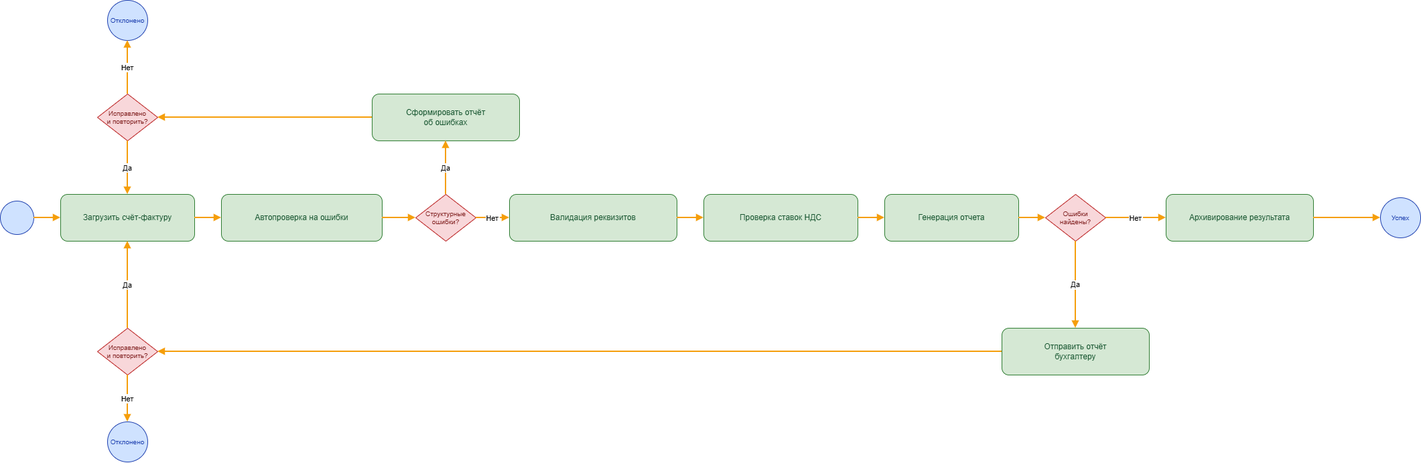
ShachiAO/system-engineering-playbook keeps this draw.io diagram as diagrams/BPMN/BPMN A1.png. Above is the earlier version. Source tidied: cells renumbered, new cells last; positions are measured from the earlier drawing's top-left corner, leaving out a move shared by most shapes.
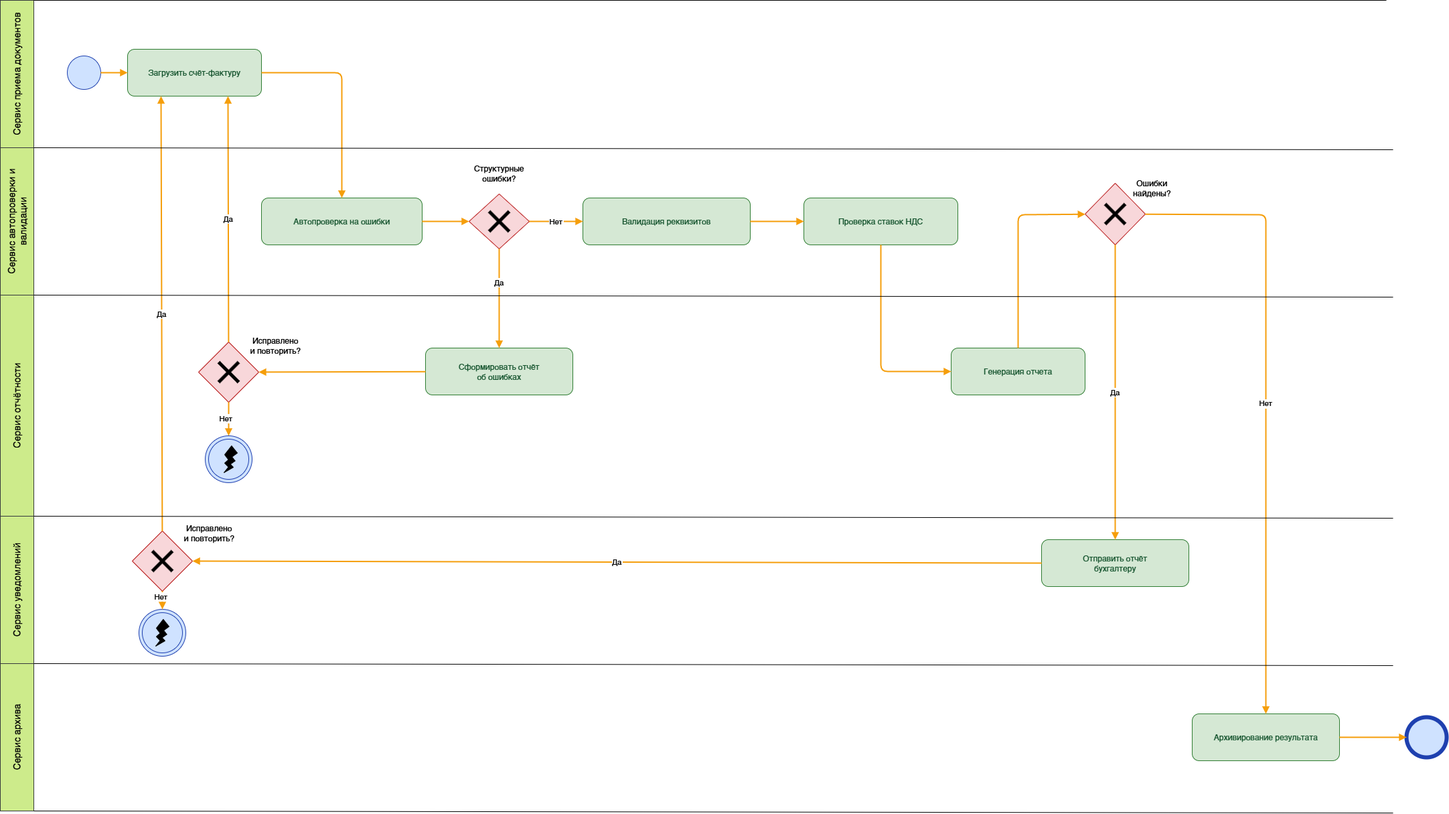
The same file after the commit.

Change to the diagram source:
```diff
@@ -2,73 +2,77 @@
   <root>
     <mxCell id="0" />
     <mxCell id="1" parent="0" />
+    <mxCell id="35" style="ellipse;whiteSpace=wrap;html=1;fillColor=#cfe2ff;strokeColor=#1e40af;fontColor=#1e40af;fontSize=10;" parent="1" vertex="1">
+      <mxGeometry x="917" y="369" width="70" height="70" as="geometry" />
+    </mxCell>
     <mxCell id="2" style="ellipse;whiteSpace=wrap;html=1;fillColor=#cfe2ff;strokeColor=#1e40af;fontColor=#1e40af;" parent="1" vertex="1">
-      <mxGeometry y="300" width="50" height="50" as="geometry" />
+      <mxGeometry x="810" y="-457" width="50" height="50" as="geometry" />
     </mxCell>
     <mxCell id="3" value="Загрузить счёт-фактуру" style="rounded=1;whiteSpace=wrap;html=1;fillColor=#d5e8d4;strokeColor=#2f7d32;fontColor=#14532d;" parent="1" vertex="1">
-      <mxGeometry x="90" y="290" width="200" height="70" as="geometry" />
+      <mxGeometry x="900" y="-467" width="200" height="70" as="geometry" />
     </mxCell>
     <mxCell id="4" value="Автопроверка на ошибки" style="rounded=1;whiteSpace=wrap;html=1;fillColor=#d5e8d4;strokeColor=#2f7d32;fontColor=#14532d;" parent="1" vertex="1">
-      <mxGeometry x="330" y="290" width="240" height="70" as="geometry" />
+      <mxGeometry x="1100" y="-245" width="240" height="70" as="geometry" />
     </mxCell>
-    <mxCell id="5" value="Структурные&#10;ошибки?" style="rhombus;whiteSpace=wrap;html=1;fillColor=#f8d7da;strokeColor=#b91c1c;fontColor=#7f1d1d;fontSize=10;" parent="1" vertex="1">
-      <mxGeometry x="620" y="290" width="90" height="70" as="geometry" />
+    <mxCell id="5" style="rhombus;whiteSpace=wrap;html=1;fillColor=#f8d7da;strokeColor=#b91c1c;fontColor=#7f1d1d;fontSize=10;" parent="1" vertex="1">
+      <mxGeometry x="1410" y="-251" width="90" height="82" as="geometry" />
     </mxCell>
     <mxCell id="6" value="Сформировать отчёт&lt;br&gt;об ошибках" style="rounded=1;whiteSpace=wrap;html=1;fillColor=#d5e8d4;strokeColor=#2f7d32;fontColor=#14532d;" parent="1" vertex="1">
-      <mxGeometry x="555" y="140" width="220" height="70" as="geometry" />
+      <mxGeometry x="1345" y="-21" width="220" height="70" as="geometry" />
     </mxCell>
-    <mxCell id="7" value="Исправлено&#10;и повторить?" style="rhombus;whiteSpace=wrap;html=1;fillColor=#f8d7da;strokeColor=#b91c1c;fontColor=#7f1d1d;fontSize=10;" parent="1" vertex="1">
-      <mxGeometry x="145" y="140" width="90" height="70" as="geometry" />
+    <mxCell id="7" style="rhombus;whiteSpace=wrap;html=1;fillColor=#f8d7da;strokeColor=#b91c1c;fontColor=#7f1d1d;fontSize=10;" parent="1" vertex="1">
+      <mxGeometry x="1006" y="-30" width="90" height="90" as="geometry" />
     </mxCell>
-    <mxCell id="8" value="Отклонено" style="ellipse;whiteSpace=wrap;html=1;fillColor=#cfe2ff;strokeColor=#1e40af;fontColor=#1e40af;fontSize=10;" parent="1" vertex="1">
-      <mxGeometry x="160" width="60" height="60" as="geometry" />
-    </mxCell>
     <mxCell id="9" value="Валидация реквизитов" style="rounded=1;whiteSpace=wrap;html=1;fillColor=#d5e8d4;strokeColor=#2f7d32;fontColor=#14532d;" parent="1" vertex="1">
-      <mxGeometry x="760" y="290" width="250" height="70" as="geometry" />
+      <mxGeometry x="1580" y="-245" width="250" height="70" as="geometry" />
     </mxCell>
     <mxCell id="10" value="Проверка ставок НДС" style="rounded=1;whiteSpace=wrap;html=1;fillColor=#d5e8d4;strokeColor=#2f7d32;fontColor=#14532d;" parent="1" vertex="1">
-      <mxGeometry x="1050" y="290" width="230" height="70" as="geometry" />
+      <mxGeometry x="1910" y="-245" width="230" height="70" as="geometry" />
     </mxCell>
     <mxCell id="11" value="Генерация отчета" style="rounded=1;whiteSpace=wrap;html=1;fillColor=#d5e8d4;strokeColor=#2f7d32;fontColor=#14532d;" parent="1" vertex="1">
-      <mxGeometry x="1320" y="290" width="200" height="70" as="geometry" />
+      <mxGeometry x="2130" y="-21" width="200" height="70" as="geometry" />
     </mxCell>
-    <mxCell id="12" value="Ошибки&#10;найдены?" style="rhombus;whiteSpace=wrap;html=1;fillColor=#f8d7da;strokeColor=#b91c1c;fontColor=#7f1d1d;fontSize=10;" parent="1" vertex="1">
-      <mxGeometry x="1560" y="290" width="90" height="70" as="geometry" />
+    <mxCell id="12" style="rhombus;whiteSpace=wrap;html=1;fillColor=#f8d7da;strokeColor=#b91c1c;fontColor=#7f1d1d;fontSize=10;" parent="1" vertex="1">
+      <mxGeometry x="2330" y="-267" width="90" height="92" as="geometry" />
     </mxCell>
     <mxCell id="13" value="Отправить отчёт&lt;br&gt;бухгалтеру" style="rounded=1;whiteSpace=wrap;html=1;fillColor=#d5e8d4;strokeColor=#2f7d32;fontColor=#14532d;" parent="1" vertex="1">
-      <mxGeometry x="1495" y="490" width="220" height="70" as="geometry" />
+      <mxGeometry x="2265" y="265" width="220" height="70" as="geometry" />
     </mxCell>
-    <mxCell id="14" value="Исправлено&#10;и повторить?" style="rhombus;whiteSpace=wrap;html=1;fillColor=#f8d7da;strokeColor=#b91c1c;fontColor=#7f1d1d;fontSize=10;" parent="1" vertex="1">
-      <mxGeometry x="145" y="490" width="90" height="70" as="geometry" />
+    <mxCell id="14" style="rhombus;whiteSpace=wrap;html=1;fillColor=#f8d7da;strokeColor=#b91c1c;fontColor=#7f1d1d;fontSize=10;" parent="1" vertex="1">
+      <mxGeometry x="907" y="252" width="90" height="90" as="geometry" />
     </mxCell>
-    <mxCell id="15" value="Отклонено" style="ellipse;whiteSpace=wrap;html=1;fillColor=#cfe2ff;strokeColor=#1e40af;fontColor=#1e40af;fontSize=10;" parent="1" vertex="1">
-      <mxGeometry x="160" y="630" width="60" height="60" as="geometry" />
+    <mxCell id="15" style="ellipse;whiteSpace=wrap;html=1;fillColor=#cfe2ff;strokeColor=#1e40af;fontColor=#1e40af;fontSize=10;" parent="1" vertex="1">
+      <mxGeometry x="922" y="374" width="60" height="60" as="geometry" />
     </mxCell>
     <mxCell id="16" value="Архивирование результата" style="rounded=1;whiteSpace=wrap;html=1;fillColor=#d5e8d4;strokeColor=#2f7d32;fontColor=#14532d;" parent="1" vertex="1">
-      <mxGeometry x="1740" y="290" width="220" height="70" as="geometry" />
+      <mxGeometry x="2490" y="525" width="220" height="70" as="geometry" />
     </mxCell>
-    <mxCell id="17" value="Успех" style="ellipse;whiteSpace=wrap;html=1;fillColor=#cfe2ff;strokeColor=#1e40af;fontColor=#1e40af;fontSize=10;" parent="1" vertex="1">
-      <mxGeometry x="2060" y="295" width="60" height="60" as="geometry" />
+    <mxCell id="17" style="ellipse;whiteSpace=wrap;html=1;fillColor=#cfe2ff;strokeColor=#1e40af;fontColor=#1e40af;fontSize=10;strokeWidth=6;" parent="1" vertex="1">
+      <mxGeometry x="2810" y="530" width="60" height="60" as="geometry" />
     </mxCell>
     <mxCell id="18" style="endArrow=block;strokeColor=#f59e0b;strokeWidth=2;" parent="1" edge="1" source="2" target="3">
       <mxGeometry relative="1" as="geometry" />
     </mxCell>
     <mxCell id="19" style="endArrow=block;strokeColor=#f59e0b;strokeWidth=2;" parent="1" edge="1" source="3" target="4">
-      <mxGeometry relative="1" as="geometry" />
+      <mxGeometry relative="1" as="geometry">
+        <Array as="points">
+          <mxPoint x="1220" y="-432" />
+        </Array>
+      </mxGeometry>
     </mxCell>
     <mxCell id="20" style="endArrow=block;strokeColor=#f59e0b;strokeWidth=2;" parent="1" edge="1" source="4" target="5">
       <mxGeometry relative="1" as="geometry" />
     </mxCell>
     <mxCell id="21" value="Да" style="endArrow=block;strokeColor=#f59e0b;strokeWidth=2;" parent="1" edge="1" source="5" target="6">
-      <mxGeometry relative="1" as="geometry" />
+      <mxGeometry x="-0.34" relative="1" as="geometry" />
     </mxCell>
     <mxCell id="22" style="endArrow=block;strokeColor=#f59e0b;strokeWidth=2;" parent="1" edge="1" source="6" target="7">
       <mxGeometry relative="1" as="geometry" />
     </mxCell>
-    <mxCell id="23" value="Нет" style="endArrow=block;strokeColor=#f59e0b;strokeWidth=2;" parent="1" edge="1" source="7" target="8">
-      <mxGeometry relative="1" as="geometry" />
+    <mxCell id="23" value="Нет" style="endArrow=block;strokeColor=#f59e0b;strokeWidth=2;entryX=0.5;entryY=0;entryDx=0;entryDy=0;" parent="1" edge="1" source="7" target="59">
+      <mxGeometry x="-0.01" y="-4" relative="1" as="geometry" />
     </mxCell>
-    <mxCell id="24" value="Да" style="endArrow=block;strokeColor=#f59e0b;strokeWidth=2;" parent="1" edge="1" source="7" target="3">
+    <mxCell id="24" value="Да" style="endArrow=block;strokeColor=#f59e0b;strokeWidth=2;entryX=0.75;entryY=1;entryDx=0;entryDy=0;" parent="1" edge="1" source="7" target="3">
       <mxGeometry relative="1" as="geometry" />
     </mxCell>
     <mxCell id="25" value="Нет" style="endArrow=block;strokeColor=#f59e0b;strokeWidth=2;" parent="1" edge="1" source="5" target="9">
@@ -78,28 +82,165 @@
       <mxGeometry relative="1" as="geometry" />
     </mxCell>
     <mxCell id="27" style="endArrow=block;strokeColor=#f59e0b;strokeWidth=2;" parent="1" edge="1" source="10" target="11">
-      <mxGeometry relative="1" as="geometry" />
+      <mxGeometry relative="1" as="geometry">
+        <Array as="points">
+          <mxPoint x="2025" y="14" />
+        </Array>
+      </mxGeometry>
     </mxCell>
     <mxCell id="28" style="endArrow=block;strokeColor=#f59e0b;strokeWidth=2;" parent="1" edge="1" source="11" target="12">
-      <mxGeometry relative="1" as="geometry" />
+      <mxGeometry relative="1" as="geometry">
+        <Array as="points">
+          <mxPoint x="2230" y="-220" />
+        </Array>
+      </mxGeometry>
     </mxCell>
     <mxCell id="29" value="Да" style="endArrow=block;strokeColor=#f59e0b;strokeWidth=2;" parent="1" edge="1" source="12" target="13">
       <mxGeometry relative="1" as="geometry" />
     </mxCell>
-    <mxCell id="30" style="endArrow=block;strokeColor=#f59e0b;strokeWidth=2;" parent="1" edge="1" source="13" target="14">
-      <mxGeometry relative="1" as="geometry" />
-    </mxCell>
-    <mxCell id="31" value="Нет" style="endArrow=block;strokeColor=#f59e0b;strokeWidth=2;" parent="1" edge="1" source="14" target="15">
-      <mxGeometry relative="1" as="geometry" />
+    <mxCell id="31" value="Нет" style="endArrow=block;strokeColor=#f59e0b;strokeWidth=2;entryX=0.5;entryY=0;entryDx=0;entryDy=0;" parent="1" edge="1" source="14" target="35">
+      <mxGeometry x="-0.41" y="-2" relative="1" as="geometry" />
     </mxCell>
-    <mxCell id="32" value="Да" style="endArrow=block;strokeColor=#f59e0b;strokeWidth=2;" parent="1" edge="1" source="14" target="3">
+    <mxCell id="32" value="Да" style="endArrow=block;strokeColor=#f59e0b;strokeWidth=2;entryX=0.25;entryY=1;entryDx=0;entryDy=0;" parent="1" edge="1" source="14" target="3">
       <mxGeometry relative="1" as="geometry" />
     </mxCell>
     <mxCell id="33" value="Нет" style="endArrow=block;strokeColor=#f59e0b;strokeWidth=2;" parent="1" edge="1" source="12" target="16">
-      <mxGeometry relative="1" as="geometry" />
+      <mxGeometry relative="1" as="geometry">
+        <Array as="points">
+          <mxPoint x="2600" y="-220" />
+        </Array>
+      </mxGeometry>
     </mxCell>
     <mxCell id="34" style="endArrow=block;strokeColor=#f59e0b;strokeWidth=2;" parent="1" edge="1" source="16" target="17">
       <mxGeometry relative="1" as="geometry" />
     </mxCell>
+    <mxCell id="36" value="&lt;font style=&quot;color: light-dark(rgb(0, 0, 0), rgb(0, 0, 0));&quot;&gt;Сервис приема документов&lt;/font&gt;" style="rounded=0;whiteSpace=wrap;html=1;fillColor=light-dark(#CDEB8B,#C8F7B1);strokeColor=#36393d;direction=west;horizontal=0;fontSize=14;" parent="1" vertex="1">
+      <mxGeometry x="710" y="-540" width="50" height="220" as="geometry" />
+    </mxCell>
+    <mxCell id="37" value="&lt;font style=&quot;color: light-dark(rgb(0, 0, 0), rgb(0, 0, 0));&quot;&gt;Сервис автопроверки и валидации&lt;/font&gt;" style="rounded=0;whiteSpace=wrap;html=1;fillColor=light-dark(#CDEB8B,#C8F7B1);strokeColor=#36393d;direction=west;horizontal=0;fontSize=14;" parent="1" vertex="1">
+      <mxGeometry x="710" y="-320" width="50" height="220" as="geometry" />
+    </mxCell>
+    <mxCell id="38" value="&lt;font style=&quot;color: light-dark(rgb(0, 0, 0), rgb(0, 0, 0));&quot;&gt;Сервис отчётности&lt;/font&gt;" style="rounded=0;whiteSpace=wrap;html=1;fillColor=light-dark(#CDEB8B,#C8F7B1);strokeColor=#36393d;direction=west;horizontal=0;fontSize=14;" parent="1" vertex="1">
+      <mxGeometry x="710" y="-100" width="50" height="330" as="geometry" />
+    </mxCell>
+    <mxCell id="39" value="&lt;font style=&quot;color: light-dark(rgb(0, 0, 0), rgb(0, 0, 0));&quot;&gt;Сервис уведомлений&lt;/font&gt;" style="rounded=0;whiteSpace=wrap;html=1;fillColor=light-dark(#CDEB8B,#C8F7B1);strokeColor=#36393d;direction=west;horizontal=0;fontSize=14;" parent="1" vertex="1">
+      <mxGeometry x="710" y="230" width="50" height="220" as="geometry" />
+    </mxCell>
+    <mxCell id="40" value="&lt;font style=&quot;color: light-dark(rgb(0, 0, 0), rgb(0, 0, 0));&quot;&gt;Сервис архива&lt;/font&gt;" style="rounded=0;whiteSpace=wrap;html=1;fillColor=light-dark(#CDEB8B,#C8F7B1);strokeColor=#36393d;direction=west;horizontal=0;fontSize=14;" parent="1" vertex="1">
+      <mxGeometry x="710" y="450" width="50" height="220" as="geometry" />
+    </mxCell>
+    <mxCell id="41" style="endArrow=none;html=1;rounded=0;exitX=0;exitY=1;exitDx=0;exitDy=0;strokeColor=light-dark(#000000,#000000);" parent="1" edge="1" source="36">
+      <mxGeometry relative="1" as="geometry">
+        <mxPoint x="2780" y="-540" as="targetPoint" />
+      </mxGeometry>
+    </mxCell>
+    <mxCell id="42" style="endArrow=none;html=1;rounded=0;exitX=0;exitY=1;exitDx=0;exitDy=0;strokeColor=light-dark(#000000,#000000);" parent="1" edge="1">
+      <mxGeometry relative="1" as="geometry">
+        <mxPoint x="760" y="-320" as="sourcePoint" />
+        <mxPoint x="2790" y="-317" as="targetPoint" />
+      </mxGeometry>
+    </mxCell>
+    <mxCell id="43" style="endArrow=none;html=1;rounded=0;exitX=0;exitY=1;exitDx=0;exitDy=0;strokeColor=light-dark(#000000,#000000);" parent="1" edge="1">
+      <mxGeometry relative="1" as="geometry">
+        <mxPoint x="760" y="-100" as="sourcePoint" />
+        <mxPoint x="2790" y="-97" as="targetPoint" />
+      </mxGeometry>
+    </mxCell>
+    <mxCell id="44" style="endArrow=none;html=1;rounded=0;exitX=0;exitY=1;exitDx=0;exitDy=0;strokeColor=light-dark(#000000,#000000);" parent="1" edge="1">
+      <mxGeometry relative="1" as="geometry">
+        <mxPoint x="760" y="230" as="sourcePoint" />
+        <mxPoint x="2790" y="233" as="targetPoint" />
+      </mxGeometry>
+    </mxCell>
+    <mxCell id="45" style="endArrow=none;html=1;rounded=0;exitX=0;exitY=1;exitDx=0;exitDy=0;strokeColor=light-dark(#000000,#000000);" parent="1" edge="1">
+      <mxGeometry relative="1" as="geometry">
+        <mxPoint x="760" y="450" as="sourcePoint" />
+        <mxPoint x="2790" y="453" as="targetPoint" />
+      </mxGeometry>
+    </mxCell>
+    <mxCell id="46" style="endArrow=none;html=1;rounded=0;exitX=0;exitY=1;exitDx=0;exitDy=0;strokeColor=light-dark(#000000,#000000);" parent="1" edge="1">
+      <mxGeometry relative="1" as="geometry">
+        <mxPoint x="760" y="670" as="sourcePoint" />
+        <mxPoint x="2790" y="673" as="targetPoint" />
+      </mxGeometry>
+    </mxCell>
+    <mxCell id="47" value="Структурные&lt;div&gt;ошибки?&lt;/div&gt;" style="text;html=1;whiteSpace=wrap;align=center;verticalAlign=middle;rounded=0;fontColor=light-dark(#000000,#000000);" parent="1" vertex="1">
+      <mxGeometry x="1425" y="-297" width="60" height="30" as="geometry" />
+    </mxCell>
+    <mxCell id="48" style="endArrow=none;html=1;rounded=0;strokeWidth=5;strokeColor=light-dark(#000000,#000000);" parent="1" edge="1">
+      <mxGeometry relative="1" as="geometry">
+        <mxPoint x="1440" y="-225" as="sourcePoint" />
+        <mxPoint x="1470" y="-195" as="targetPoint" />
+      </mxGeometry>
+    </mxCell>
+    <mxCell id="49" style="endArrow=none;html=1;rounded=0;strokeWidth=5;strokeColor=light-dark(#000000,#000000);" parent="1" edge="1">
+      <mxGeometry relative="1" as="geometry">
+        <mxPoint x="1470" y="-225" as="sourcePoint" />
+        <mxPoint x="1440" y="-195" as="targetPoint" />
+      </mxGeometry>
+    </mxCell>
+    <mxCell id="50" value="Исправлено&lt;div&gt;и повторить?&lt;/div&gt;" style="text;html=1;whiteSpace=wrap;strokeColor=none;fillColor=none;align=center;verticalAlign=middle;rounded=0;fontColor=light-dark(#000000,#000000);" parent="1" vertex="1">
+      <mxGeometry x="1081" y="-40" width="80" height="30" as="geometry" />
+    </mxCell>
+    <mxCell id="51" style="endArrow=none;html=1;rounded=0;strokeWidth=5;strokeColor=light-dark(#000000,#000000);" parent="1" edge="1">
+      <mxGeometry relative="1" as="geometry">
+        <mxPoint x="1036" as="sourcePoint" />
+        <mxPoint x="1066" y="30" as="targetPoint" />
+        <Array as="points">
+          <mxPoint x="1050" y="14" />
+        </Array>
+      </mxGeometry>
+    </mxCell>
+    <mxCell id="52" style="endArrow=none;html=1;rounded=0;strokeWidth=5;strokeColor=light-dark(#000000,#000000);" parent="1" edge="1">
+      <mxGeometry relative="1" as="geometry">
+        <mxPoint x="1066" as="sourcePoint" />
+        <mxPoint x="1036" y="30" as="targetPoint" />
+      </mxGeometry>
+    </mxCell>
+    <mxCell id="53" value="Исправлено&lt;div&gt;и повторить?&lt;/div&gt;" style="text;html=1;whiteSpace=wrap;strokeColor=none;fillColor=none;align=center;verticalAlign=middle;rounded=0;fontColor=light-dark(#000000,#000000);" parent="1" vertex="1">
+      <mxGeometry x="982" y="240" width="80" height="30" as="geometry" />
+    </mxCell>
+    <mxCell id="54" style="endArrow=none;html=1;rounded=0;strokeWidth=5;strokeColor=light-dark(#000000,#000000);" parent="1" edge="1">
+      <mxGeometry relative="1" as="geometry">
+        <mxPoint x="937" y="282" as="sourcePoint" />
+        <mxPoint x="967" y="312" as="targetPoint" />
+      </mxGeometry>
+    </mxCell>
+    <mxCell id="55" style="endArrow=none;html=1;rounded=0;strokeWidth=5;strokeColor=light-dark(#000000,#000000);" parent="1" edge="1">
+      <mxGeometry relative="1" as="geometry">
+        <mxPoint x="967" y="282" as="sourcePoint" />
+        <mxPoint x="937" y="312" as="targetPoint" />
+      </mxGeometry>
+    </mxCell>
+    <mxCell id="56" value="Ошибки&lt;div&gt;найдены?&lt;/div&gt;" style="text;html=1;whiteSpace=wrap;strokeColor=none;fillColor=none;align=center;verticalAlign=middle;rounded=0;fontColor=light-dark(#000000,#000000);" parent="1" vertex="1">
+      <mxGeometry x="2400" y="-275" width="60" height="30" as="geometry" />
+    </mxCell>
+    <mxCell id="57" style="endArrow=none;html=1;rounded=0;strokeWidth=5;strokeColor=light-dark(#000000,#000000);" parent="1" edge="1">
+      <mxGeometry relative="1" as="geometry">
+        <mxPoint x="2360" y="-236" as="sourcePoint" />
+        <mxPoint x="2390" y="-206" as="targetPoint" />
+      </mxGeometry>
+    </mxCell>
+    <mxCell id="58" style="endArrow=none;html=1;rounded=0;strokeWidth=5;strokeColor=light-dark(#000000,#000000);" parent="1" edge="1">
+      <mxGeometry relative="1" as="geometry">
+        <mxPoint x="2390" y="-236" as="sourcePoint" />
+        <mxPoint x="2360" y="-206" as="targetPoint" />
+      </mxGeometry>
+    </mxCell>
+    <mxCell id="30" value="Да" style="endArrow=block;strokeColor=#f59e0b;strokeWidth=2;entryX=1;entryY=0.5;entryDx=0;entryDy=0;exitX=0;exitY=0.5;exitDx=0;exitDy=0;" parent="1" edge="1" source="13" target="14">
+      <mxGeometry relative="1" as="geometry" />
+    </mxCell>
+    <mxCell id="59" style="ellipse;whiteSpace=wrap;html=1;fillColor=#cfe2ff;strokeColor=#1e40af;fontColor=#1e40af;fontSize=10;" parent="1" vertex="1">
+      <mxGeometry x="1016" y="110" width="70" height="70" as="geometry" />
+    </mxCell>
+    <mxCell id="8" style="ellipse;whiteSpace=wrap;html=1;fillColor=#cfe2ff;strokeColor=#1e40af;fontColor=#1e40af;fontSize=10;" parent="1" vertex="1">
+      <mxGeometry x="1021" y="115" width="60" height="60" as="geometry" />
+    </mxCell>
+    <mxCell id="60" style="verticalLabelPosition=bottom;verticalAlign=top;html=1;shape=mxgraph.basic.flash;fillColor=light-dark(#000000,#1E2E47);" parent="1" vertex="1">
+      <mxGeometry x="1044" y="125" width="20" height="40" as="geometry" />
+    </mxCell>
+    <mxCell id="61" style="verticalLabelPosition=bottom;verticalAlign=top;html=1;shape=mxgraph.basic.flash;fillColor=light-dark(#000000,#1E2E47);" parent="1" vertex="1">
+      <mxGeometry x="942" y="384" width="20" height="40" as="geometry" />
+    </mxCell>
   </root>
 </mxGraphModel>
```
